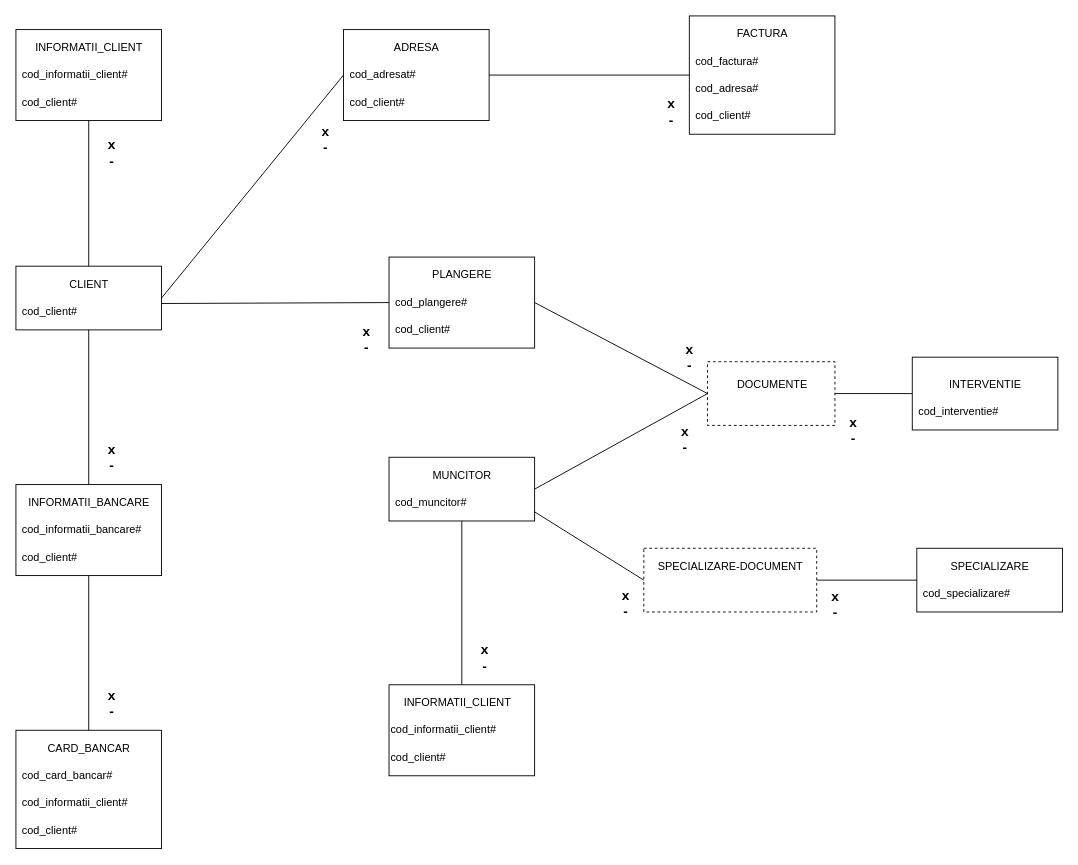
The draw.io diagram Proiect/Diagram_Conceptuala.drawio in ProiecteFacultate/Proiect_BD, before the edit. Source tidied: cells renumbered, new cells numbered last; positions are measured from the earlier drawing's top-left corner, leaving out a move shared by most shapes. Both pictures are drawn from the tidied source at 91%, with x=0, y=0 at pixel (15, 15).
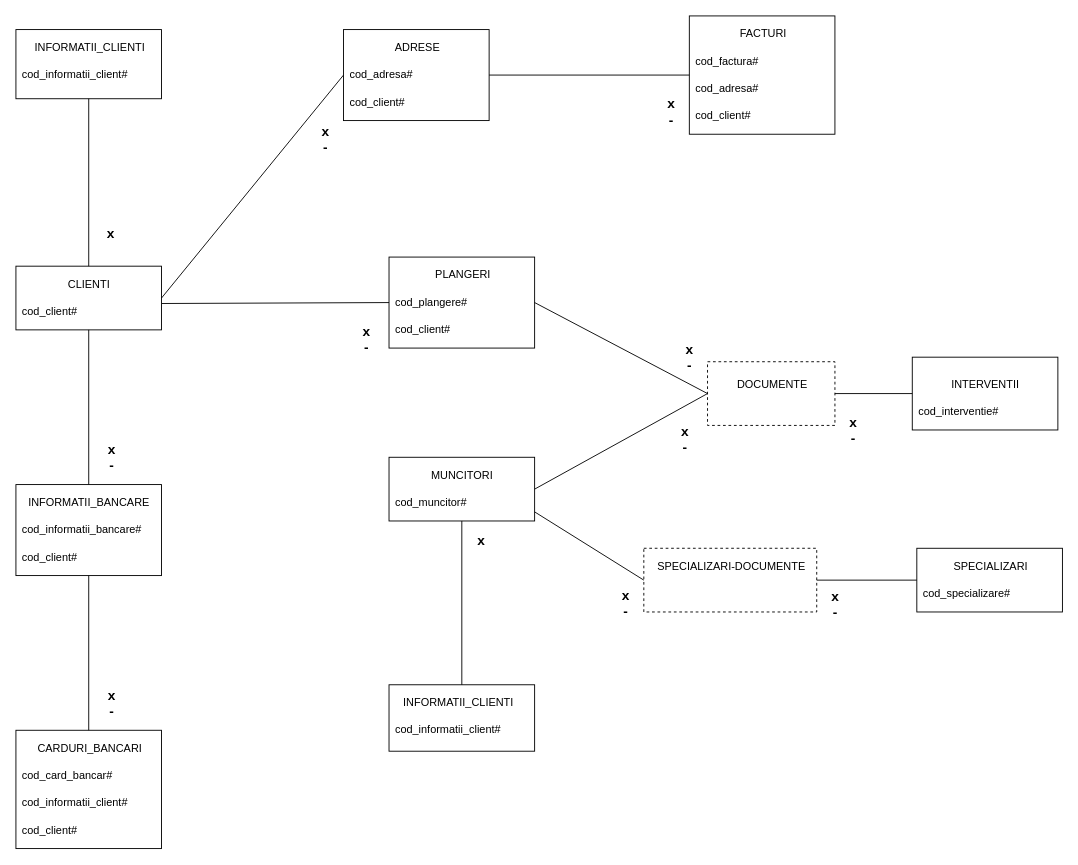
After the change.

Diff of the diagram source:
```diff
@@
-    <mxCell id="3" value="CLIENT&lt;br&gt;" style="text;html=1;align=center;verticalAlign=middle;fillColor=none;strokeColor=none;rounded=0;" parent="1" vertex="1">
-      <mxGeometry x="50" y="285" width="60" height="20" as="geometry" />
+    <mxCell id="3" value="CLIENTI" style="text;html=1;align=center;verticalAlign=middle;fillColor=none;strokeColor=none;rounded=0;" parent="1" vertex="1">
+      <mxGeometry x="52" y="286" width="56" height="18" as="geometry" />
     </mxCell>
@@
-    <mxCell id="10" value="CARD_BANCAR" style="text;html=1;align=center;verticalAlign=middle;fillColor=none;strokeColor=none;rounded=0;" parent="1" vertex="1">
-      <mxGeometry x="25" y="795" width="110" height="20" as="geometry" />
+    <mxCell id="10" value="CARDURI_BANCARI" style="text;html=1;align=center;verticalAlign=middle;fillColor=none;strokeColor=none;rounded=0;" parent="1" vertex="1">
+      <mxGeometry x="18" y="796" width="125" height="18" as="geometry" />
     </mxCell>
@@
     <mxCell id="14" style="rounded=0;whiteSpace=wrap;html=1;fillColor=none;" parent="1" vertex="1">
-      <mxGeometry y="15" width="160" height="100" as="geometry" />
+      <mxGeometry y="15" width="160" height="76" as="geometry" />
     </mxCell>
-    <mxCell id="15" value="INFORMATII_CLIENT" style="text;html=1;align=center;verticalAlign=middle;fillColor=none;strokeColor=none;rounded=0;" parent="1" vertex="1">
-      <mxGeometry x="15" y="25" width="130" height="20" as="geometry" />
+    <mxCell id="15" value="INFORMATII_CLIENTI" style="text;html=1;align=center;verticalAlign=middle;fillColor=none;strokeColor=none;rounded=0;" parent="1" vertex="1">
+      <mxGeometry x="15" y="26" width="131" height="18" as="geometry" />
     </mxCell>
@@
-    <mxCell id="17" value="&lt;div style=&quot;&quot;&gt;&lt;span style=&quot;background-color: initial;&quot;&gt;cod_client#&lt;/span&gt;&lt;/div&gt;" style="text;html=1;align=left;verticalAlign=middle;fillColor=none;strokeColor=none;rounded=0;" parent="1" vertex="1">
-      <mxGeometry x="5" y="85" width="80" height="20" as="geometry" />
-    </mxCell>
@@
-    <mxCell id="22" value="ADRESA" style="text;html=1;align=center;verticalAlign=middle;fillColor=none;strokeColor=none;rounded=0;" parent="1" vertex="1">
-      <mxGeometry x="410" y="25" width="60" height="20" as="geometry" />
+    <mxCell id="22" value="ADRESE" style="text;html=1;align=center;verticalAlign=middle;fillColor=none;strokeColor=none;rounded=0;" parent="1" vertex="1">
+      <mxGeometry x="411" y="26" width="59" height="18" as="geometry" />
     </mxCell>
-    <mxCell id="23" value="cod_adresat#" style="text;html=1;align=left;verticalAlign=middle;fillColor=none;strokeColor=none;rounded=0;" parent="1" vertex="1">
-      <mxGeometry x="365" y="55" width="90" height="20" as="geometry" />
+    <mxCell id="23" value="cod_adresa#" style="text;html=1;align=left;verticalAlign=middle;fillColor=none;strokeColor=none;rounded=0;" parent="1" vertex="1">
+      <mxGeometry x="365" y="56" width="79" height="18" as="geometry" />
     </mxCell>
@@
-    <mxCell id="27" value="FACTURA" style="text;html=1;align=center;verticalAlign=middle;fillColor=none;strokeColor=none;rounded=0;" parent="1" vertex="1">
-      <mxGeometry x="785" y="10" width="70" height="20" as="geometry" />
+    <mxCell id="27" value="FACTURI" style="text;html=1;align=center;verticalAlign=middle;fillColor=none;strokeColor=none;rounded=0;" parent="1" vertex="1">
+      <mxGeometry x="790" y="11" width="61" height="18" as="geometry" />
     </mxCell>
@@
-    <mxCell id="33" value="PLANGERE" style="text;html=1;align=center;verticalAlign=middle;fillColor=none;strokeColor=none;rounded=0;" parent="1" vertex="1">
-      <mxGeometry x="450" y="275" width="80" height="20" as="geometry" />
+    <mxCell id="33" value="PLANGERI" style="text;html=1;align=center;verticalAlign=middle;fillColor=none;strokeColor=none;rounded=0;" parent="1" vertex="1">
+      <mxGeometry x="455" y="276" width="71" height="18" as="geometry" />
     </mxCell>
@@
-    <mxCell id="38" value="MUNCITOR" style="text;html=1;align=center;verticalAlign=middle;fillColor=none;strokeColor=none;rounded=0;" parent="1" vertex="1">
-      <mxGeometry x="450" y="495" width="80" height="20" as="geometry" />
+    <mxCell id="38" value="MUNCITORI" style="text;html=1;align=center;verticalAlign=middle;fillColor=none;strokeColor=none;rounded=0;" parent="1" vertex="1">
+      <mxGeometry x="451" y="496" width="78" height="18" as="geometry" />
     </mxCell>
@@
-    <mxCell id="41" value="INTERVENTIE" style="text;html=1;align=center;verticalAlign=middle;fillColor=none;strokeColor=none;rounded=0;" parent="1" vertex="1">
-      <mxGeometry x="1020" y="395" width="90" height="20" as="geometry" />
+    <mxCell id="41" value="INTERVENTII" style="text;html=1;align=center;verticalAlign=middle;fillColor=none;strokeColor=none;rounded=0;" parent="1" vertex="1">
+      <mxGeometry x="1023" y="396" width="84" height="18" as="geometry" />
     </mxCell>
@@
     <mxCell id="46" style="rounded=0;whiteSpace=wrap;html=1;fillColor=none;" parent="1" vertex="1">
-      <mxGeometry x="410" y="735" width="160" height="100" as="geometry" />
+      <mxGeometry x="410" y="735" width="160" height="73" as="geometry" />
     </mxCell>
-    <mxCell id="47" value="INFORMATII_CLIENT" style="text;html=1;align=center;verticalAlign=middle;fillColor=none;strokeColor=none;rounded=0;" parent="1" vertex="1">
-      <mxGeometry x="420" y="745" width="130" height="20" as="geometry" />
+    <mxCell id="47" value="INFORMATII_CLIENTI" style="text;html=1;align=center;verticalAlign=middle;fillColor=none;strokeColor=none;rounded=0;" parent="1" vertex="1">
+      <mxGeometry x="420" y="746" width="131" height="18" as="geometry" />
     </mxCell>
     <mxCell id="48" value="cod_informatii_client#" style="text;html=1;align=left;verticalAlign=middle;fillColor=none;strokeColor=none;rounded=0;" parent="1" vertex="1">
-      <mxGeometry x="410" y="775" width="130" height="20" as="geometry" />
+      <mxGeometry x="415" y="775" width="130" height="20" as="geometry" />
     </mxCell>
-    <mxCell id="49" value="&lt;div style=&quot;&quot;&gt;&lt;span style=&quot;background-color: initial;&quot;&gt;cod_client#&lt;/span&gt;&lt;/div&gt;" style="text;html=1;align=left;verticalAlign=middle;fillColor=none;strokeColor=none;rounded=0;" parent="1" vertex="1">
-      <mxGeometry x="410" y="805" width="80" height="20" as="geometry" />
-    </mxCell>
@@
-    <mxCell id="52" value="SPECIALIZARE" style="text;html=1;align=center;verticalAlign=middle;fillColor=none;strokeColor=none;rounded=0;" parent="1" vertex="1">
-      <mxGeometry x="1020" y="595" width="100" height="20" as="geometry" />
+    <mxCell id="52" value="SPECIALIZARI" style="text;html=1;align=center;verticalAlign=middle;fillColor=none;strokeColor=none;rounded=0;" parent="1" vertex="1">
+      <mxGeometry x="1025" y="596" width="91" height="18" as="geometry" />
     </mxCell>
@@
-    <mxCell id="58" value="SPECIALIZARE-DOCUMENT" style="text;html=1;align=center;verticalAlign=middle;fillColor=none;strokeColor=none;rounded=0;" parent="1" vertex="1">
-      <mxGeometry x="700" y="595" width="170" height="20" as="geometry" />
+    <mxCell id="58" value="SPECIALIZARI-DOCUMENTE" style="text;html=1;align=center;verticalAlign=middle;fillColor=none;strokeColor=none;rounded=0;" parent="1" vertex="1">
+      <mxGeometry x="699" y="596" width="173" height="18" as="geometry" />
     </mxCell>
@@
-    <mxCell id="60" value="&lt;font style=&quot;font-size: 15px;&quot;&gt;&lt;b&gt;x&lt;br&gt;-&lt;/b&gt;&lt;/font&gt;" style="text;html=1;align=center;verticalAlign=middle;fillColor=none;strokeColor=none;rounded=0;" parent="1" vertex="1">
-      <mxGeometry x="95" y="130" width="20" height="40" as="geometry" />
+    <mxCell id="60" value="&lt;font style=&quot;font-size: 15px;&quot;&gt;&lt;b&gt;x&lt;br&gt;&lt;/b&gt;&lt;/font&gt;" style="text;html=1;align=center;verticalAlign=middle;fillColor=none;strokeColor=none;rounded=0;" parent="1" vertex="1">
+      <mxGeometry x="95" y="229" width="18" height="19" as="geometry" />
     </mxCell>
@@
-    <mxCell id="66" value="&lt;font style=&quot;font-size: 15px;&quot;&gt;&lt;b&gt;x&lt;br&gt;-&lt;/b&gt;&lt;/font&gt;" style="text;html=1;align=center;verticalAlign=middle;fillColor=none;strokeColor=none;rounded=0;" parent="1" vertex="1">
-      <mxGeometry x="505" y="685" width="20" height="40" as="geometry" />
+    <mxCell id="66" value="&lt;font style=&quot;font-size: 15px;&quot;&gt;&lt;b&gt;x&lt;br&gt;&lt;/b&gt;&lt;/font&gt;" style="text;html=1;align=center;verticalAlign=middle;fillColor=none;strokeColor=none;rounded=0;" parent="1" vertex="1">
+      <mxGeometry x="502" y="566" width="18" height="19" as="geometry" />
     </mxCell>
```
